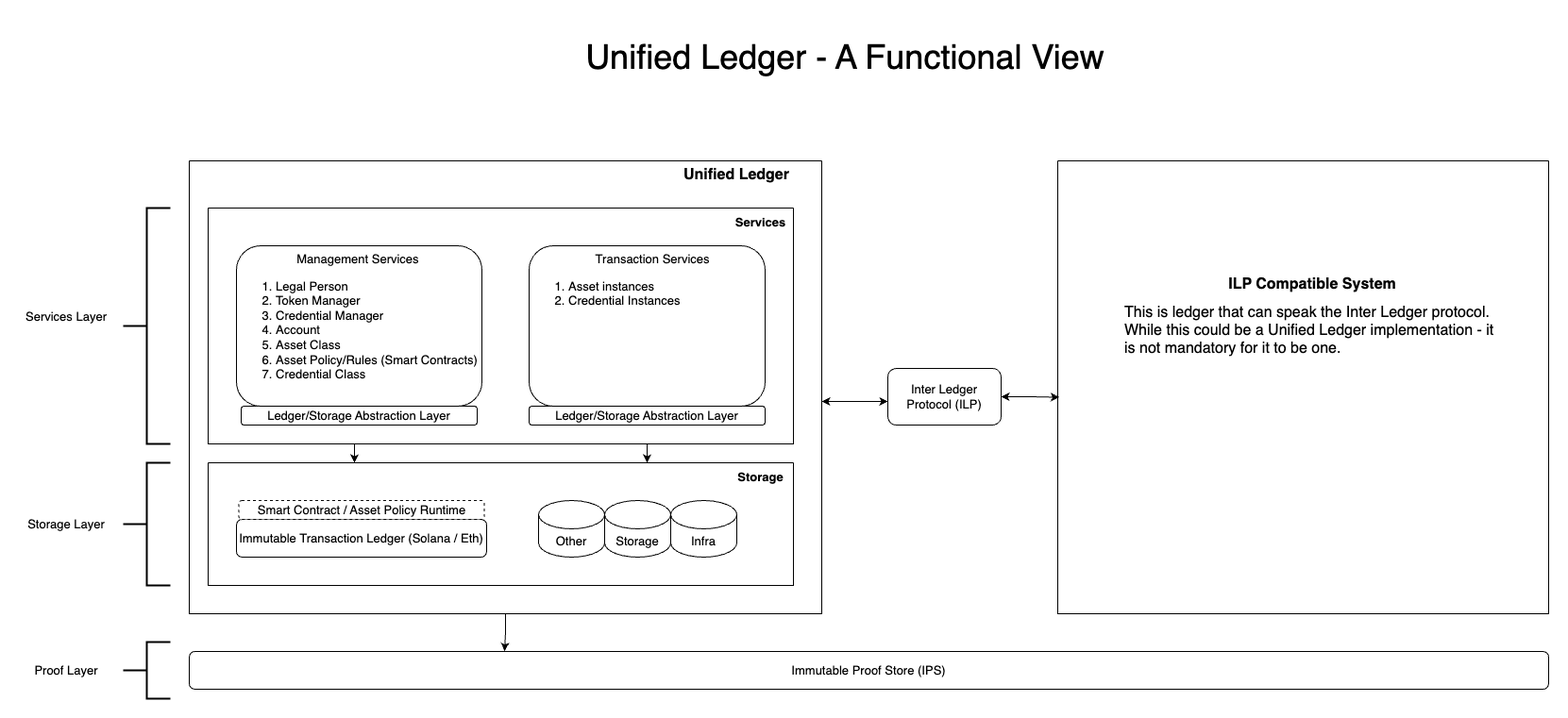
Before: images/finternet.drawio.png, a diagram exported from draw.io (knutties/specs). Source tidied: cells renumbered, new cells last; positions are measured from the earlier drawing's top-left corner, leaving out a move shared by most shapes. Its diagram source:
```xml
<mxGraphModel>
  <root>
    <mxCell id="0" />
    <mxCell id="1" parent="0" />
    <mxCell id="2" style="edgeStyle=orthogonalEdgeStyle;rounded=0;jettySize=auto;html=1;startArrow=classic;startFill=1;" parent="1" edge="1" source="3" target="24">
      <mxGeometry relative="1" as="geometry">
        <Array as="points">
          <mxPoint x="900" y="405" />
          <mxPoint x="900" y="405" />
        </Array>
      </mxGeometry>
    </mxCell>
    <mxCell id="3" style="swimlane;startSize=0;" parent="1" vertex="1">
      <mxGeometry x="180" y="150" width="670" height="480" as="geometry" />
    </mxCell>
    <mxCell id="4" value="Unified Ledger" style="text;html=1;align=center;verticalAlign=middle;whiteSpace=wrap;rounded=0;fontSize=16;fontStyle=1;" parent="3" vertex="1">
      <mxGeometry x="520" width="120" height="30" as="geometry" />
    </mxCell>
    <mxCell id="5" style="swimlane;startSize=0;" parent="3" vertex="1">
      <mxGeometry x="20" y="320" width="620" height="130" as="geometry" />
    </mxCell>
    <mxCell id="6" value="Immutable Transaction Ledger (Solana / Eth)" style="rounded=1;whiteSpace=wrap;html=1;fontSize=13;" parent="5" vertex="1">
      <mxGeometry x="30" y="60" width="265" height="40" as="geometry" />
    </mxCell>
    <mxCell id="7" value="Smart Contract / Asset Policy Runtime" style="rounded=1;whiteSpace=wrap;html=1;dashed=1;fontSize=13;" parent="5" vertex="1">
      <mxGeometry x="32.5" y="40" width="260" height="20" as="geometry" />
    </mxCell>
    <mxCell id="8" value="Other" style="shape=cylinder3;whiteSpace=wrap;html=1;boundedLbl=1;backgroundOutline=1;size=15;fontSize=13;" parent="5" vertex="1">
      <mxGeometry x="350" y="40" width="70" height="60" as="geometry" />
    </mxCell>
    <mxCell id="9" value="Storage" style="shape=cylinder3;whiteSpace=wrap;html=1;boundedLbl=1;backgroundOutline=1;size=15;fontSize=13;" parent="5" vertex="1">
      <mxGeometry x="420" y="40" width="70" height="60" as="geometry" />
    </mxCell>
    <mxCell id="10" value="Infra" style="shape=cylinder3;whiteSpace=wrap;html=1;boundedLbl=1;backgroundOutline=1;size=15;fontSize=13;" parent="5" vertex="1">
      <mxGeometry x="490" y="40" width="70" height="60" as="geometry" />
    </mxCell>
    <mxCell id="11" value="Storage" style="text;html=1;align=center;verticalAlign=middle;strokeColor=none;fillColor=none;fontStyle=1;fontSize=13;" parent="5" vertex="1">
      <mxGeometry x="550" width="70" height="30" as="geometry" />
    </mxCell>
    <mxCell id="12" style="edgeStyle=orthogonalEdgeStyle;rounded=0;jettySize=auto;html=1;exitX=0.25;exitY=1;exitDx=0;exitDy=0;entryX=0.25;entryY=0;entryDx=0;entryDy=0;" parent="3" edge="1" source="14" target="5">
      <mxGeometry relative="1" as="geometry" />
    </mxCell>
    <mxCell id="13" style="edgeStyle=orthogonalEdgeStyle;rounded=0;jettySize=auto;html=1;exitX=0.75;exitY=1;exitDx=0;exitDy=0;entryX=0.75;entryY=0;entryDx=0;entryDy=0;" parent="3" edge="1" source="14" target="5">
      <mxGeometry relative="1" as="geometry" />
    </mxCell>
    <mxCell id="14" style="swimlane;startSize=0;fontSize=12;" parent="3" vertex="1">
      <mxGeometry x="20" y="50" width="620" height="250" as="geometry" />
    </mxCell>
    <mxCell id="15" value="Ledger/Storage Abstraction Layer" style="rounded=1;whiteSpace=wrap;html=1;fontSize=13;" parent="14" vertex="1">
      <mxGeometry x="35" y="210" width="250" height="20" as="geometry" />
    </mxCell>
    <mxCell id="16" value="Ledger/Storage Abstraction Layer" style="rounded=1;whiteSpace=wrap;html=1;fontSize=13;" parent="14" vertex="1">
      <mxGeometry x="340" y="210" width="250" height="20" as="geometry" />
    </mxCell>
    <mxCell id="17" value="&lt;div style=&quot;text-align: center; font-size: 13px;&quot;&gt;&lt;span style=&quot;background-color: initial; font-size: 13px;&quot;&gt;Management Services&lt;/span&gt;&lt;/div&gt;&lt;div style=&quot;font-size: 13px;&quot;&gt;&lt;ol style=&quot;font-size: 13px;&quot;&gt;&lt;li style=&quot;font-size: 13px;&quot;&gt;Legal Person&lt;/li&gt;&lt;li style=&quot;font-size: 13px;&quot;&gt;Token Manager&lt;/li&gt;&lt;li style=&quot;font-size: 13px;&quot;&gt;Credential Manager&lt;/li&gt;&lt;li style=&quot;font-size: 13px;&quot;&gt;Account&lt;/li&gt;&lt;li style=&quot;font-size: 13px;&quot;&gt;Asset Class&lt;/li&gt;&lt;li style=&quot;font-size: 13px;&quot;&gt;Asset Policy/Rules (Smart Contracts)&lt;/li&gt;&lt;li style=&quot;font-size: 13px;&quot;&gt;Credential Class&lt;/li&gt;&lt;/ol&gt;&lt;/div&gt;&lt;div style=&quot;font-size: 13px;&quot;&gt;&lt;br style=&quot;font-size: 13px;&quot;&gt;&lt;/div&gt;" style="rounded=1;whiteSpace=wrap;html=1;verticalAlign=top;align=left;fontSize=13;" parent="14" vertex="1">
      <mxGeometry x="30" y="40" width="260" height="170" as="geometry" />
    </mxCell>
    <mxCell id="18" value="&lt;div style=&quot;text-align: center; font-size: 13px;&quot;&gt;&amp;nbsp; &amp;nbsp; &amp;nbsp; &amp;nbsp; &amp;nbsp; &amp;nbsp; &amp;nbsp; &amp;nbsp; &amp;nbsp; &amp;nbsp;Transaction Services&lt;/div&gt;&lt;div style=&quot;font-size: 13px;&quot;&gt;&lt;ol style=&quot;font-size: 13px;&quot;&gt;&lt;li style=&quot;font-size: 13px;&quot;&gt;Asset instances&lt;/li&gt;&lt;li style=&quot;font-size: 13px;&quot;&gt;Credential Instances&lt;/li&gt;&lt;/ol&gt;&lt;/div&gt;" style="rounded=1;whiteSpace=wrap;html=1;align=left;verticalAlign=top;fontSize=13;" parent="14" vertex="1">
      <mxGeometry x="340" y="40" width="250" height="170" as="geometry" />
    </mxCell>
    <mxCell id="19" value="Services" style="text;html=1;align=center;verticalAlign=middle;strokeColor=none;fillColor=none;fontStyle=1;fontSize=13;" parent="14" vertex="1">
      <mxGeometry x="550" width="70" height="30" as="geometry" />
    </mxCell>
    <mxCell id="20" value="Immutable Proof Store (IPS)" style="rounded=1;whiteSpace=wrap;html=1;fontSize=13;" parent="1" vertex="1">
      <mxGeometry x="180" y="670" width="1440" height="40" as="geometry" />
    </mxCell>
    <mxCell id="21" style="swimlane;startSize=0;" parent="1" vertex="1">
      <mxGeometry x="1100" y="150" width="520" height="480" as="geometry" />
    </mxCell>
    <mxCell id="22" value="&lt;h1 style=&quot;margin-top: 0px; font-size: 16px;&quot;&gt;&lt;font style=&quot;font-size: 16px;&quot;&gt;ILP Compatible System&lt;/font&gt;&lt;/h1&gt;&lt;div style=&quot;text-align: left;&quot;&gt;&lt;font style=&quot;font-size: 16px;&quot;&gt;This is ledger that can speak the Inter Ledger protocol.&amp;nbsp; While this could be a Unified Ledger implementation - it is not mandatory for it to be one.&lt;/font&gt;&lt;/div&gt;" style="text;html=1;whiteSpace=wrap;overflow=hidden;rounded=0;align=center;" parent="21" vertex="1">
      <mxGeometry x="70" y="115" width="400" height="130" as="geometry" />
    </mxCell>
    <mxCell id="23" style="edgeStyle=orthogonalEdgeStyle;rounded=0;jettySize=auto;html=1;entryX=0.003;entryY=0.522;entryDx=0;entryDy=0;startArrow=classic;startFill=1;entryPerimeter=0;" parent="1" edge="1" source="24" target="21">
      <mxGeometry relative="1" as="geometry" />
    </mxCell>
    <mxCell id="24" value="Inter Ledger Protocol (ILP)" style="rounded=1;whiteSpace=wrap;html=1;fontSize=13;" parent="1" vertex="1">
      <mxGeometry x="920" y="370" width="120" height="60" as="geometry" />
    </mxCell>
    <mxCell id="25" style="strokeWidth=2;html=1;shape=mxgraph.flowchart.annotation_2;align=left;labelPosition=right;" parent="1" vertex="1">
      <mxGeometry x="110" y="200" width="50" height="250" as="geometry" />
    </mxCell>
    <mxCell id="26" style="strokeWidth=2;html=1;shape=mxgraph.flowchart.annotation_2;align=left;labelPosition=right;" parent="1" vertex="1">
      <mxGeometry x="110" y="470" width="50" height="130" as="geometry" />
    </mxCell>
    <mxCell id="27" style="strokeWidth=2;html=1;shape=mxgraph.flowchart.annotation_2;align=left;labelPosition=right;" parent="1" vertex="1">
      <mxGeometry x="110" y="660" width="50" height="60" as="geometry" />
    </mxCell>
    <mxCell id="28" value="Services Layer" style="text;html=1;align=center;verticalAlign=middle;whiteSpace=wrap;rounded=0;fontSize=13;" parent="1" vertex="1">
      <mxGeometry y="300" width="100" height="30" as="geometry" />
    </mxCell>
    <mxCell id="29" value="Storage Layer" style="text;html=1;align=center;verticalAlign=middle;whiteSpace=wrap;rounded=0;fontSize=13;" parent="1" vertex="1">
      <mxGeometry y="520" width="100" height="30" as="geometry" />
    </mxCell>
    <mxCell id="30" value="Proof Layer" style="text;html=1;align=center;verticalAlign=middle;whiteSpace=wrap;rounded=0;fontSize=13;" parent="1" vertex="1">
      <mxGeometry y="675" width="100" height="30" as="geometry" />
    </mxCell>
    <mxCell id="31" style="edgeStyle=orthogonalEdgeStyle;rounded=0;jettySize=auto;html=1;entryX=0.232;entryY=-0.01;entryDx=0;entryDy=0;entryPerimeter=0;" parent="1" edge="1" source="3" target="20">
      <mxGeometry relative="1" as="geometry" />
    </mxCell>
    <mxCell id="32" value="&lt;font style=&quot;font-size: 36px;&quot;&gt;Unified Ledger - A Functional View&lt;/font&gt;" style="text;html=1;align=center;verticalAlign=middle;whiteSpace=wrap;rounded=0;" parent="1" vertex="1">
      <mxGeometry x="565" width="620" height="80" as="geometry" />
    </mxCell>
  </root>
</mxGraphModel>
```
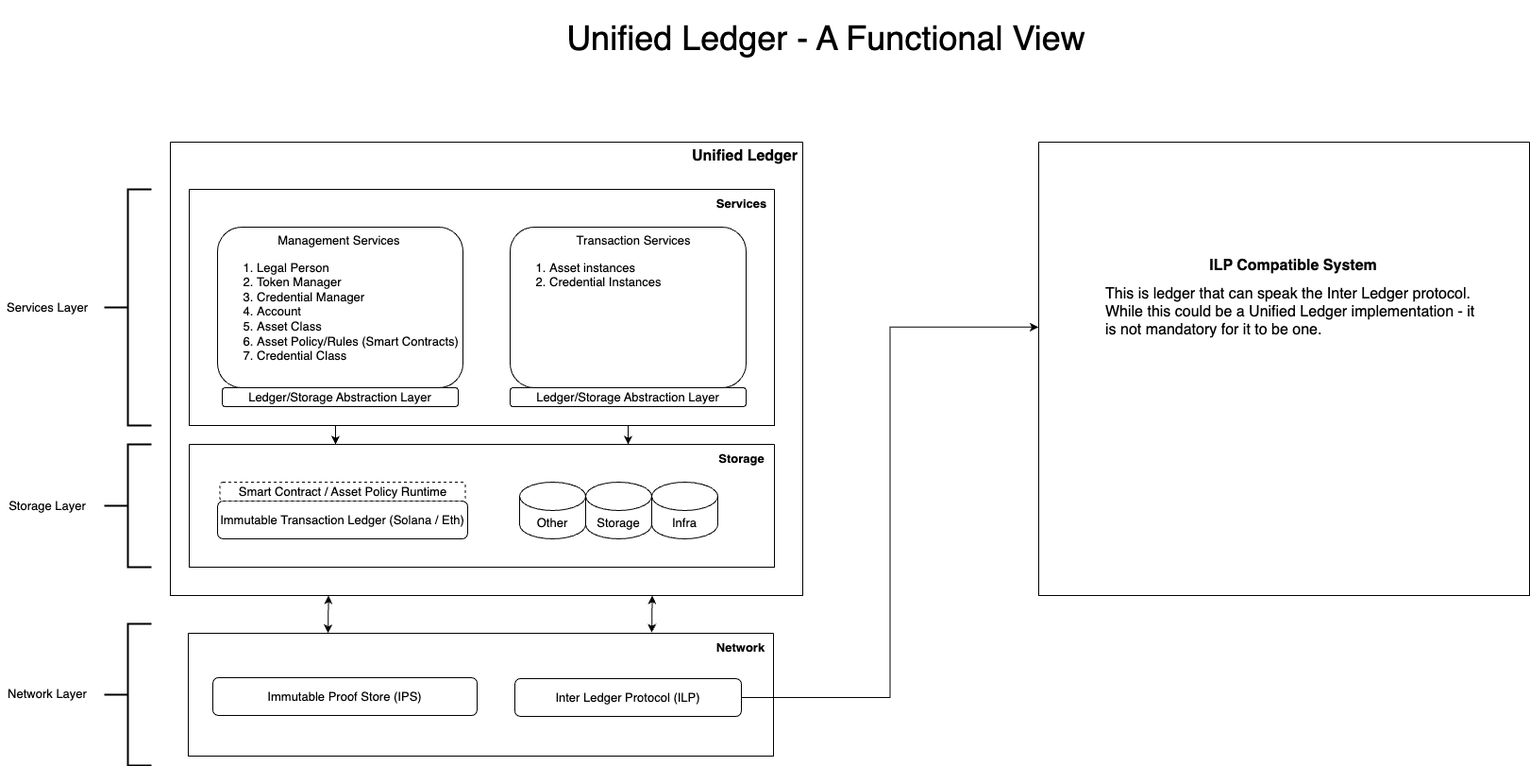
After the change.

Commit message:
separate network out

The edit, as a diff of the source:
```diff
@@ -2,19 +2,11 @@
   <root>
     <mxCell id="0" />
     <mxCell id="1" parent="0" />
-    <mxCell id="2" style="edgeStyle=orthogonalEdgeStyle;rounded=0;jettySize=auto;html=1;startArrow=classic;startFill=1;" parent="1" edge="1" source="3" target="24">
-      <mxGeometry relative="1" as="geometry">
-        <Array as="points">
-          <mxPoint x="900" y="405" />
-          <mxPoint x="900" y="405" />
-        </Array>
-      </mxGeometry>
-    </mxCell>
     <mxCell id="3" style="swimlane;startSize=0;" parent="1" vertex="1">
       <mxGeometry x="180" y="150" width="670" height="480" as="geometry" />
     </mxCell>
     <mxCell id="4" value="Unified Ledger" style="text;html=1;align=center;verticalAlign=middle;whiteSpace=wrap;rounded=0;fontSize=16;fontStyle=1;" parent="3" vertex="1">
-      <mxGeometry x="520" width="120" height="30" as="geometry" />
+      <mxGeometry x="549" width="120" height="30" as="geometry" />
     </mxCell>
     <mxCell id="5" style="swimlane;startSize=0;" parent="3" vertex="1">
       <mxGeometry x="20" y="320" width="620" height="130" as="geometry" />
@@ -62,7 +54,7 @@
       <mxGeometry x="550" width="70" height="30" as="geometry" />
     </mxCell>
     <mxCell id="20" value="Immutable Proof Store (IPS)" style="rounded=1;whiteSpace=wrap;html=1;fontSize=13;" parent="1" vertex="1">
-      <mxGeometry x="180" y="670" width="1440" height="40" as="geometry" />
+      <mxGeometry x="225" y="717" width="280" height="40" as="geometry" />
     </mxCell>
     <mxCell id="21" style="swimlane;startSize=0;" parent="1" vertex="1">
       <mxGeometry x="1100" y="150" width="520" height="480" as="geometry" />
@@ -70,12 +62,6 @@
     <mxCell id="22" value="&lt;h1 style=&quot;margin-top: 0px; font-size: 16px;&quot;&gt;&lt;font style=&quot;font-size: 16px;&quot;&gt;ILP Compatible System&lt;/font&gt;&lt;/h1&gt;&lt;div style=&quot;text-align: left;&quot;&gt;&lt;font style=&quot;font-size: 16px;&quot;&gt;This is ledger that can speak the Inter Ledger protocol.&amp;nbsp; While this could be a Unified Ledger implementation - it is not mandatory for it to be one.&lt;/font&gt;&lt;/div&gt;" style="text;html=1;whiteSpace=wrap;overflow=hidden;rounded=0;align=center;" parent="21" vertex="1">
       <mxGeometry x="70" y="115" width="400" height="130" as="geometry" />
     </mxCell>
-    <mxCell id="23" style="edgeStyle=orthogonalEdgeStyle;rounded=0;jettySize=auto;html=1;entryX=0.003;entryY=0.522;entryDx=0;entryDy=0;startArrow=classic;startFill=1;entryPerimeter=0;" parent="1" edge="1" source="24" target="21">
-      <mxGeometry relative="1" as="geometry" />
-    </mxCell>
-    <mxCell id="24" value="Inter Ledger Protocol (ILP)" style="rounded=1;whiteSpace=wrap;html=1;fontSize=13;" parent="1" vertex="1">
-      <mxGeometry x="920" y="370" width="120" height="60" as="geometry" />
-    </mxCell>
     <mxCell id="25" style="strokeWidth=2;html=1;shape=mxgraph.flowchart.annotation_2;align=left;labelPosition=right;" parent="1" vertex="1">
       <mxGeometry x="110" y="200" width="50" height="250" as="geometry" />
     </mxCell>
@@ -83,22 +69,37 @@
       <mxGeometry x="110" y="470" width="50" height="130" as="geometry" />
     </mxCell>
     <mxCell id="27" style="strokeWidth=2;html=1;shape=mxgraph.flowchart.annotation_2;align=left;labelPosition=right;" parent="1" vertex="1">
-      <mxGeometry x="110" y="660" width="50" height="60" as="geometry" />
+      <mxGeometry x="110" y="660" width="50" height="150" as="geometry" />
     </mxCell>
     <mxCell id="28" value="Services Layer" style="text;html=1;align=center;verticalAlign=middle;whiteSpace=wrap;rounded=0;fontSize=13;" parent="1" vertex="1">
-      <mxGeometry y="300" width="100" height="30" as="geometry" />
+      <mxGeometry y="310" width="100" height="30" as="geometry" />
     </mxCell>
     <mxCell id="29" value="Storage Layer" style="text;html=1;align=center;verticalAlign=middle;whiteSpace=wrap;rounded=0;fontSize=13;" parent="1" vertex="1">
       <mxGeometry y="520" width="100" height="30" as="geometry" />
     </mxCell>
-    <mxCell id="30" value="Proof Layer" style="text;html=1;align=center;verticalAlign=middle;whiteSpace=wrap;rounded=0;fontSize=13;" parent="1" vertex="1">
-      <mxGeometry y="675" width="100" height="30" as="geometry" />
+    <mxCell id="30" value="Network Layer" style="text;html=1;align=center;verticalAlign=middle;whiteSpace=wrap;rounded=0;fontSize=13;" parent="1" vertex="1">
+      <mxGeometry y="719" width="100" height="30" as="geometry" />
     </mxCell>
-    <mxCell id="31" style="edgeStyle=orthogonalEdgeStyle;rounded=0;jettySize=auto;html=1;entryX=0.232;entryY=-0.01;entryDx=0;entryDy=0;entryPerimeter=0;" parent="1" edge="1" source="3" target="20">
-      <mxGeometry relative="1" as="geometry" />
-    </mxCell>
     <mxCell id="32" value="&lt;font style=&quot;font-size: 36px;&quot;&gt;Unified Ledger - A Functional View&lt;/font&gt;" style="text;html=1;align=center;verticalAlign=middle;whiteSpace=wrap;rounded=0;" parent="1" vertex="1">
       <mxGeometry x="565" width="620" height="80" as="geometry" />
     </mxCell>
+    <mxCell id="24" value="Inter Ledger Protocol (ILP)" style="rounded=1;whiteSpace=wrap;html=1;fontSize=13;" parent="1" vertex="1">
+      <mxGeometry x="545" y="718" width="240" height="40" as="geometry" />
+    </mxCell>
+    <mxCell id="23" style="edgeStyle=orthogonalEdgeStyle;rounded=0;jettySize=auto;html=1;entryX=-0.001;entryY=0.408;entryDx=0;entryDy=0;entryPerimeter=0;" parent="1" edge="1" source="24" target="21">
+      <mxGeometry relative="1" as="geometry" />
+    </mxCell>
+    <mxCell id="33" style="endArrow=classic;startArrow=classic;html=1;rounded=0;entryX=0.25;entryY=1;entryDx=0;entryDy=0;exitX=0.239;exitY=-0.002;exitDx=0;exitDy=0;exitPerimeter=0;" parent="1" edge="1" source="35" target="3">
+      <mxGeometry relative="1" as="geometry" />
+    </mxCell>
+    <mxCell id="34" style="endArrow=classic;startArrow=classic;html=1;rounded=0;entryX=0.762;entryY=1;entryDx=0;entryDy=0;exitX=0.792;exitY=-0.006;exitDx=0;exitDy=0;entryPerimeter=0;exitPerimeter=0;" parent="1" edge="1" source="35" target="3">
+      <mxGeometry relative="1" as="geometry" />
+    </mxCell>
+    <mxCell id="35" style="swimlane;startSize=0;" parent="1" vertex="1">
+      <mxGeometry x="199" y="670" width="620" height="130" as="geometry" />
+    </mxCell>
+    <mxCell id="36" value="Network" style="text;html=1;align=center;verticalAlign=middle;strokeColor=none;fillColor=none;fontStyle=1;fontSize=13;" parent="35" vertex="1">
+      <mxGeometry x="550" width="70" height="30" as="geometry" />
+    </mxCell>
   </root>
 </mxGraphModel>
```
